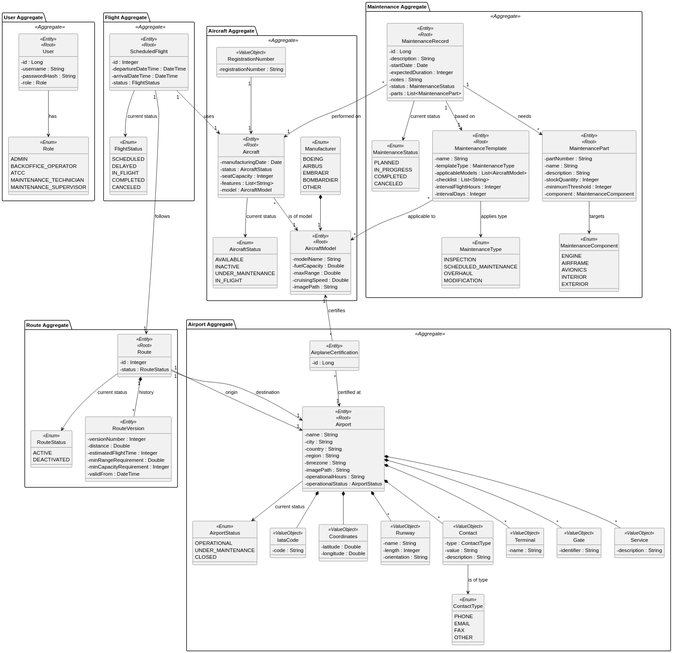
Above: docs/system-documentation/global-artifacts/svg/DM.svg in VascoMagolo/psoft_1231562_1241692_1242036_2db (PlantUML), before the change. The source it was exported from:
```plantuml
@startuml
skinparam classAttributeIconSize 0
skinparam monochrome true
hide circle

package "User Aggregate" <<Aggregate>> {
  enum Role <<Enum>> {
    ADMIN
    BACKOFFICE_OPERATOR
    ATCC
    MAINTENANCE_TECHNICIAN
    MAINTENANCE_SUPERVISOR
  }

  class User <<Entity>> <<Root>> {
    - id : Long
    - username : String
    - passwordHash : String
    - role : Role
  }

  User --> Role : has
}



package "Aircraft Aggregate" <<Aggregate>> {
  enum AircraftStatus <<Enum>> {
    AVAILABLE
    INACTIVE
    UNDER_MAINTENANCE
    IN_FLIGHT
  }
  enum Manufacturer <<Enum>> {
    BOEING
    AIRBUS
    EMBRAER
    BOMBARDIER
    OTHER
  }
  class Aircraft <<Entity>> <<Root>> {
    - manufacturingDate : Date
    - status : AircraftStatus
    - seatCapacity : Integer
    - features : List<String>
    - model : AircraftModel
  }

  class AircraftModel <<Entity>> <<Root>> {
    - modelName : String
    - fuelCapacity : Double
    - maxRange : Double
    - cruisingSpeed : Double
    - imagePath : String
  }
  class RegistrationNumber <<ValueObject>> {
    - registrationNumber : String
  }
  Aircraft --> AircraftStatus : current status
  RegistrationNumber "1"-->"1" Aircraft
  Manufacturer *-->"1" AircraftModel
}

package "Airport Aggregate" <<Aggregate>> {
  enum AirportStatus <<Enum>> {
     OPERATIONAL
     UNDER_MAINTENANCE
     CLOSED
  }

  enum ContactType <<Enum>> {
     PHONE
     EMAIL
     FAX
     OTHER
  }

  class IataCode <<ValueObject>> {
    - code : String
  }

  class Coordinates <<ValueObject>> {
    - latitude : Double
    - longitude : Double
  }

  class Runway <<ValueObject>> {
    - name : String
    - length : Integer
    - orientation : String
  }

  class Contact <<ValueObject>> {
    - type : ContactType
    - value : String
    - description : String
  }

  class Terminal <<ValueObject>> {
    - name : String
  }

  class Gate <<ValueObject>> {
    - identifier : String
  }

  class Service <<ValueObject>> {
    - description : String
  }

  class Airport <<Entity>> <<Root>> {
    - name : String
    - city : String
    - country : String
    - region : String
    - timezone : String
    - imagePath : String
    - operationalHours : String
    - operationalStatus : AirportStatus
  }

  class AirplaneCertification <<Entity>> {
    - id : Long
  }

  Airport --> AirportStatus : current status
  Contact --> ContactType : is of type

  Airport *-- IataCode
  Airport *-- Coordinates
  Airport *-- "*" Runway
  Airport *-- "*" Contact
  Airport *-- "*" Terminal
  Airport *-- "*" Gate
  Airport *-- "*" Service
}

package "Route Aggregate" {
  enum RouteStatus <<Enum>> {
    ACTIVE
    DEACTIVATED
  }

  class Route <<Entity>> <<Root>> {
    - id : Integer
    - status : RouteStatus
  }

  class RouteVersion <<Entity>> {
    - versionNumber : Integer
    - distance : Double
    - estimatedFlightTime : Integer
    - minRangeRequirement : Double
    - minCapacityRequirement : Integer
    - validFrom : DateTime
  }

  Route "1" *-- "*" RouteVersion : history
  Route --> RouteStatus : current status
}

package "Flight Aggregate" <<Aggregate>> {
  enum FlightStatus <<Enum>> {
    SCHEDULED
    DELAYED
    IN_FLIGHT
    COMPLETED
    CANCELED
  }

  class ScheduledFlight <<Entity>> <<Root>> {
    - id : Integer
    - departureDateTime : DateTime
    - arrivalDateTime : DateTime
    - status : FlightStatus
  }

  ScheduledFlight --> FlightStatus : current status
}


package "Maintenance Aggregate" <<Aggregate>> {
  enum MaintenanceStatus <<Enum>> {
     PLANNED
     IN_PROGRESS
     COMPLETED
     CANCELED
  }

  enum MaintenanceType <<Enum>> {
    INSPECTION
    SCHEDULED_MAINTENANCE
    OVERHAUL
    MODIFICATION
  }

  enum MaintenanceComponent <<Enum>> {
    ENGINE
    AIRFRAME
    AVIONICS
    INTERIOR
    EXTERIOR
  }

  class MaintenanceTemplate <<Entity>> <<Root>> {
    - name : String
    - templateType : MaintenanceType
    - applicableModels : List<AircraftModel>
    - checklist : List<String>
    - intervalFlightHours : Integer
    - intervalDays : Integer
  }

  class MaintenanceRecord <<Entity>> <<Root>> {
    - id : Long
    - description : String
    - startDate : Date
    - expectedDuration : Integer
    - notes : String
    - status : MaintenanceStatus
    - parts : List<MaintenancePart>
  }

  class MaintenancePart <<Entity>> <<Root>> {
    - partNumber : String
    - name : String
    - description : String
    - stockQuantity : Integer
    - minimumThreshold : Integer
    - component : MaintenanceComponent
  }

  MaintenanceTemplate --> MaintenanceType : applies type
  MaintenanceRecord --> MaintenanceStatus : current status
  MaintenancePart --> MaintenanceComponent : targets
}


Aircraft "*" --> "1" AircraftModel : is of model
AircraftModel "1" <-- "*" AirplaneCertification : certifies
Airport "1" <-up- "*" AirplaneCertification : certified at

Route "1" --> "1" Airport : origin
Route "1" --> "1" Airport : destination

ScheduledFlight "1" --> "1" Route : follows
ScheduledFlight "1" --> "1" Aircraft : uses

MaintenanceTemplate "*" --> "*" AircraftModel : applicable to
MaintenanceRecord "1" --> "*" MaintenancePart : needs
MaintenanceRecord "1" --> "1" MaintenanceTemplate : based on
MaintenanceRecord "*" --> "1" Aircraft : performed on
@enduml
```
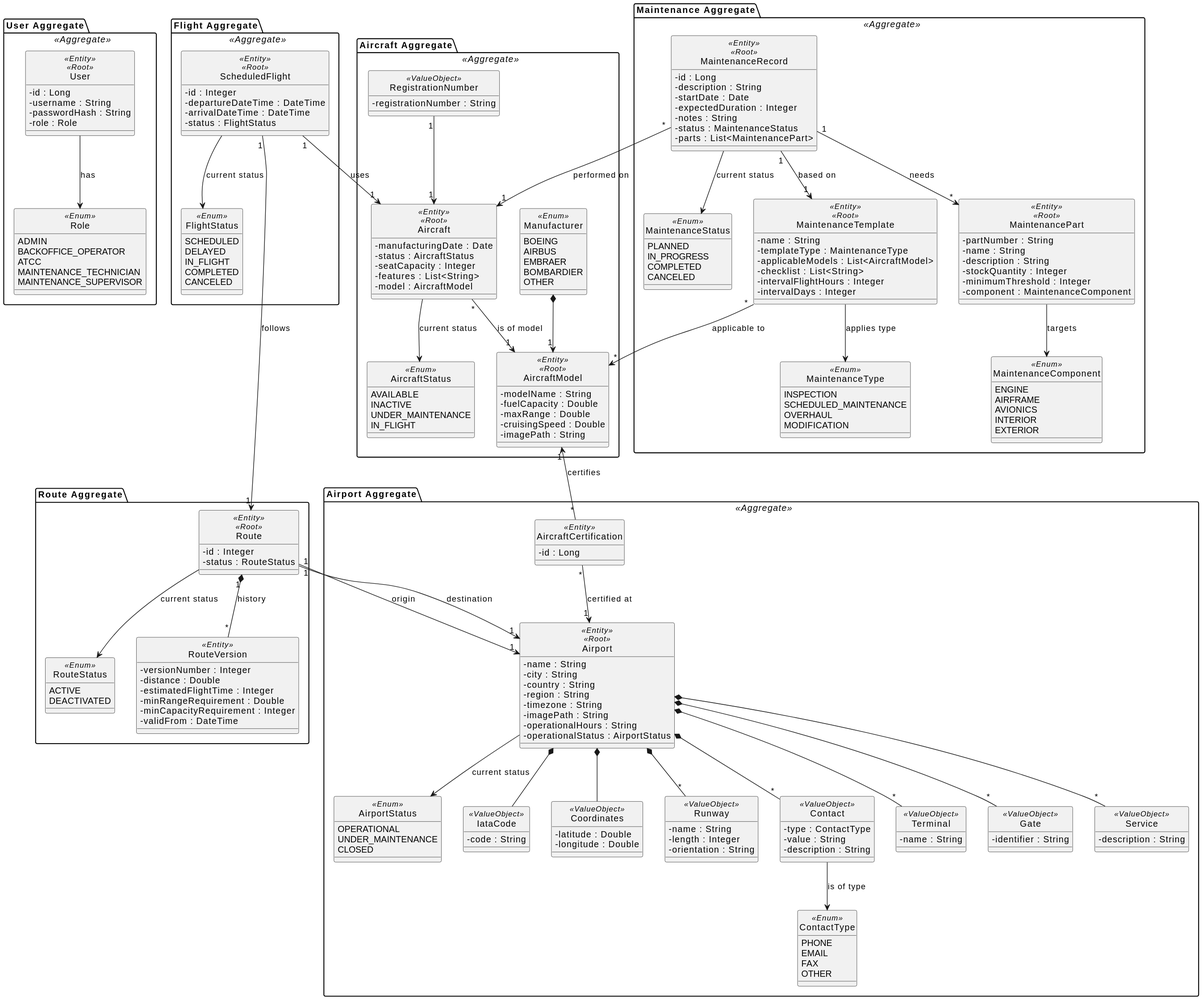
After the commit.

The edit, as a diff of the source:
```diff
@@ -119,7 +119,7 @@
     - operationalStatus : AirportStatus
   }
 
-  class AirplaneCertification <<Entity>> {
+  class AircraftCertification <<Entity>> {
     - id : Long
   }
 
@@ -237,8 +237,8 @@
 
 
 Aircraft "*" --> "1" AircraftModel : is of model
-AircraftModel "1" <-- "*" AirplaneCertification : certifies
-Airport "1" <-up- "*" AirplaneCertification : certified at
+AircraftModel "1" <-- "*" AircraftCertification : certifies
+Airport "1" <-up- "*" AircraftCertification : certified at
 
 Route "1" --> "1" Airport : origin
 Route "1" --> "1" Airport : destination
```
